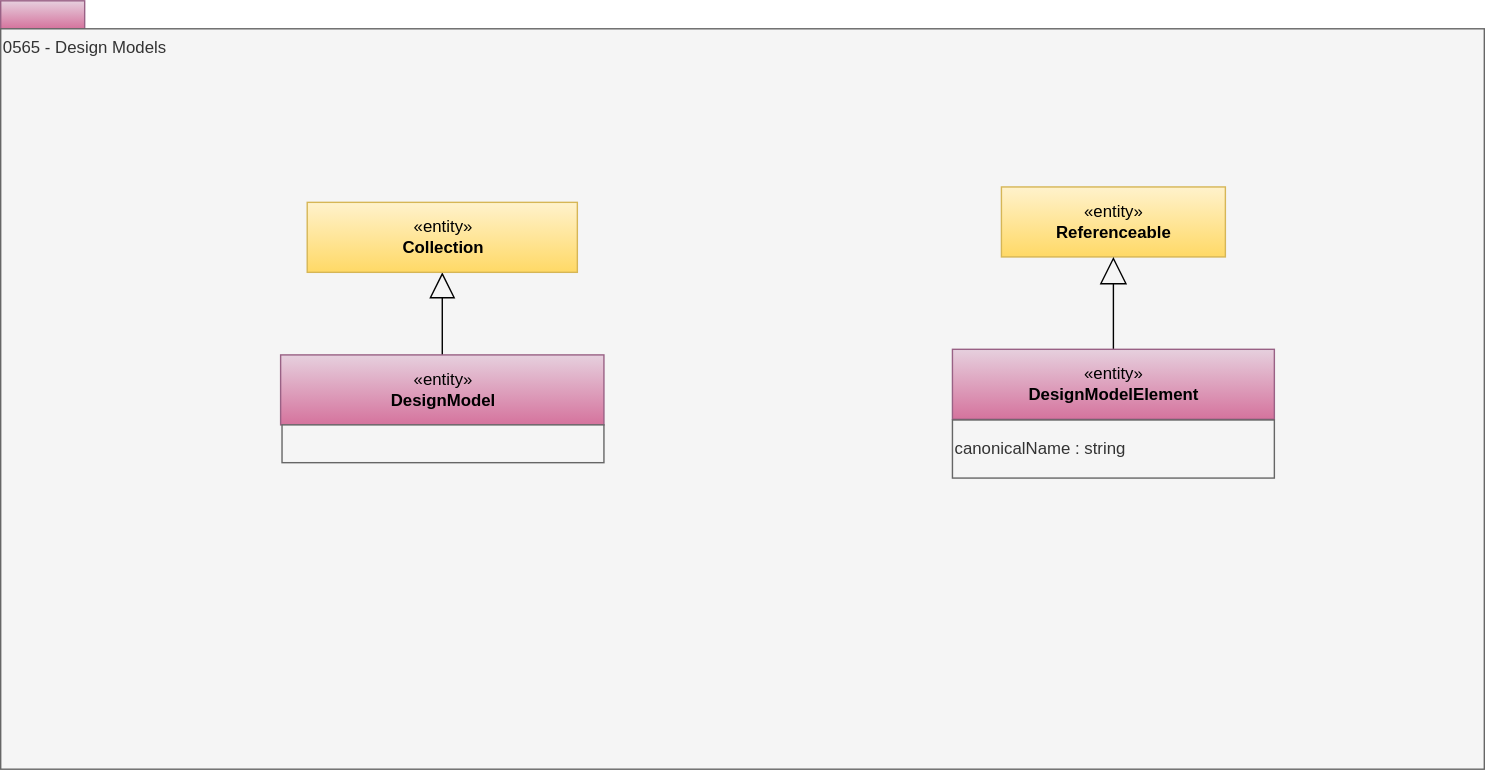
Earlier version of the draw.io export site/docs/types/5/0565-Design-Models.svg (odpi/egeria-docs). Source tidied: cells renumbered, new cells last; positions are measured from the earlier drawing's top-left corner, leaving out a move shared by most shapes.
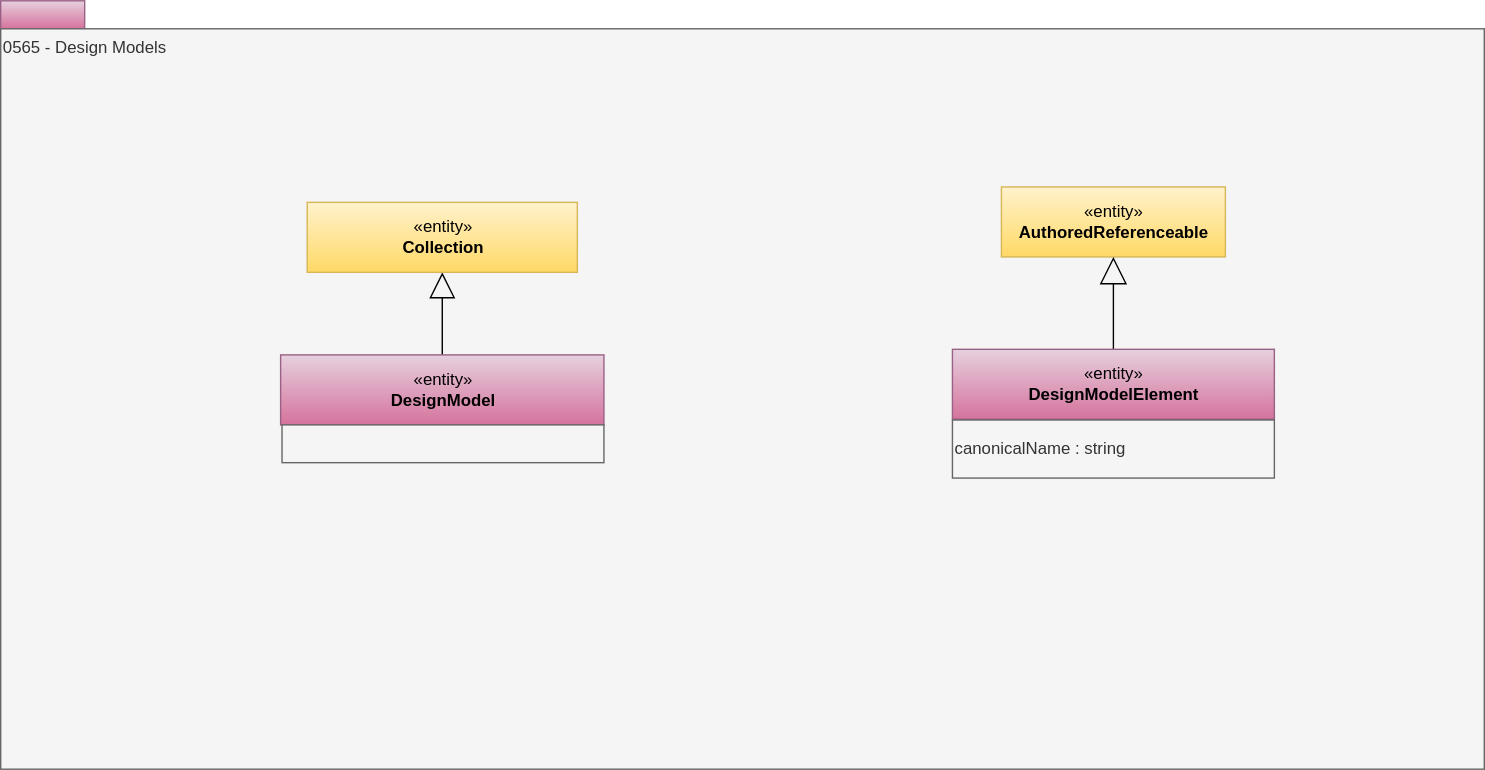
Above is the later version.

The edit, as a diff of the source:
```diff
@@ -8,7 +8,7 @@
     <mxCell id="3" value="0565 - Design Models" style="rounded=0;whiteSpace=wrap;html=1;align=left;verticalAlign=top;fillColor=#f5f5f5;fontColor=#333333;strokeColor=#666666;" parent="1" vertex="1">
       <mxGeometry y="20" width="1060" height="529" as="geometry" />
     </mxCell>
-    <mxCell id="4" value="«entity»&lt;br&gt;&lt;b&gt;Referenceable&lt;/b&gt;" style="html=1;strokeColor=#d6b656;align=center;fillColor=#fff2cc;gradientColor=#ffd966;" parent="1" vertex="1">
+    <mxCell id="4" value="«entity»&lt;br&gt;&lt;b&gt;AuthoredReferenceable&lt;/b&gt;" style="html=1;strokeColor=#d6b656;align=center;fillColor=#fff2cc;gradientColor=#ffd966;" parent="1" vertex="1">
       <mxGeometry x="715" y="133" width="160" height="50" as="geometry" />
     </mxCell>
     <mxCell id="5" style="edgeStyle=orthogonalEdgeStyle;rounded=0;jumpSize=15;jettySize=auto;html=1;exitX=0.5;exitY=0;exitDx=0;exitDy=0;entryX=0.5;entryY=1;entryDx=0;entryDy=0;startArrow=none;startFill=0;startSize=17;sourcePerimeterSpacing=0;endArrow=block;endFill=0;targetPerimeterSpacing=0;strokeWidth=1;fontColor=#000000;endSize=17;" parent="1" edge="1" source="6" target="4">
```
